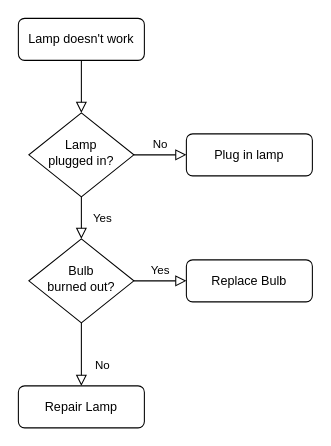
Above: 未命名绘图.drawio in Hammer2017/Defect_classifier (draw.io), before the change. Source tidied: cells renumbered, new cells numbered last; positions are measured from the earlier drawing's top-left corner, leaving out a move shared by most shapes. Both pictures are drawn from the tidied source at 105%, with x=0, y=0 at pixel (18, 18).
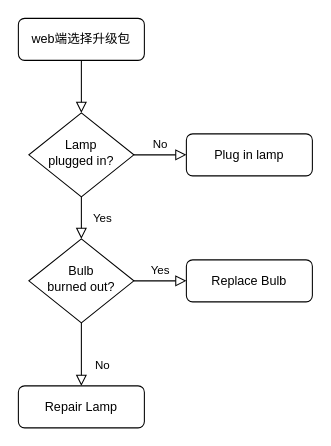
The same page after the edit.

Diff of the diagram source:
```diff
@@
 <mxGraphModel>
   <root>
     <mxCell id="0" />
     <mxCell id="1" parent="0" />
     <mxCell id="2" style="rounded=0;html=1;jettySize=auto;fontSize=11;endArrow=block;endFill=0;endSize=8;strokeWidth=1;shadow=0;labelBackgroundColor=none;edgeStyle=orthogonalEdgeStyle;" parent="1" edge="1" source="3" target="6">
       <mxGeometry relative="1" as="geometry" />
     </mxCell>
-    <mxCell id="3" value="Lamp doesn't work" style="rounded=1;whiteSpace=wrap;html=1;fontSize=12;glass=0;strokeWidth=1;shadow=0;" parent="1" vertex="1">
+    <mxCell id="3" value="web端选择升级包" style="rounded=1;whiteSpace=wrap;html=1;fontSize=12;glass=0;strokeWidth=1;shadow=0;" parent="1" vertex="1">
       <mxGeometry width="120" height="40" as="geometry" />
     </mxCell>
     <mxCell id="4" value="Yes" style="rounded=0;html=1;jettySize=auto;fontSize=11;endArrow=block;endFill=0;endSize=8;strokeWidth=1;shadow=0;labelBackgroundColor=none;edgeStyle=orthogonalEdgeStyle;" parent="1" edge="1" source="6" target="10">
       <mxGeometry y="20" relative="1" as="geometry" />
     </mxCell>
     <mxCell id="5" value="No" style="edgeStyle=orthogonalEdgeStyle;rounded=0;html=1;jettySize=auto;fontSize=11;endArrow=block;endFill=0;endSize=8;strokeWidth=1;shadow=0;labelBackgroundColor=none;" parent="1" edge="1" source="6" target="7">
       <mxGeometry y="10" relative="1" as="geometry" />
     </mxCell>
     <mxCell id="6" value="Lamp&lt;br&gt;plugged in?" style="rhombus;whiteSpace=wrap;html=1;shadow=0;fontFamily=Helvetica;fontSize=12;align=center;strokeWidth=1;spacing=6;spacingTop=-4;" parent="1" vertex="1">
       <mxGeometry x="10" y="90" width="100" height="80" as="geometry" />
     </mxCell>
     <mxCell id="7" value="Plug in lamp" style="rounded=1;whiteSpace=wrap;html=1;fontSize=12;glass=0;strokeWidth=1;shadow=0;" parent="1" vertex="1">
       <mxGeometry x="160" y="110" width="120" height="40" as="geometry" />
     </mxCell>
     <mxCell id="8" value="No" style="rounded=0;html=1;jettySize=auto;fontSize=11;endArrow=block;endFill=0;endSize=8;strokeWidth=1;shadow=0;labelBackgroundColor=none;edgeStyle=orthogonalEdgeStyle;" parent="1" edge="1" source="10" target="11">
       <mxGeometry x="0.33" y="20" relative="1" as="geometry" />
     </mxCell>
     <mxCell id="9" value="Yes" style="edgeStyle=orthogonalEdgeStyle;rounded=0;html=1;jettySize=auto;fontSize=11;endArrow=block;endFill=0;endSize=8;strokeWidth=1;shadow=0;labelBackgroundColor=none;" parent="1" edge="1" source="10" target="12">
       <mxGeometry y="10" relative="1" as="geometry" />
     </mxCell>
     <mxCell id="10" value="Bulb&lt;br&gt;burned out?" style="rhombus;whiteSpace=wrap;html=1;shadow=0;fontFamily=Helvetica;fontSize=12;align=center;strokeWidth=1;spacing=6;spacingTop=-4;" parent="1" vertex="1">
       <mxGeometry x="10" y="210" width="100" height="80" as="geometry" />
     </mxCell>
     <mxCell id="11" value="Repair Lamp" style="rounded=1;whiteSpace=wrap;html=1;fontSize=12;glass=0;strokeWidth=1;shadow=0;" parent="1" vertex="1">
       <mxGeometry y="350" width="120" height="40" as="geometry" />
     </mxCell>
     <mxCell id="12" value="Replace Bulb" style="rounded=1;whiteSpace=wrap;html=1;fontSize=12;glass=0;strokeWidth=1;shadow=0;" parent="1" vertex="1">
       <mxGeometry x="160" y="230" width="120" height="40" as="geometry" />
     </mxCell>
   </root>
 </mxGraphModel>
```
